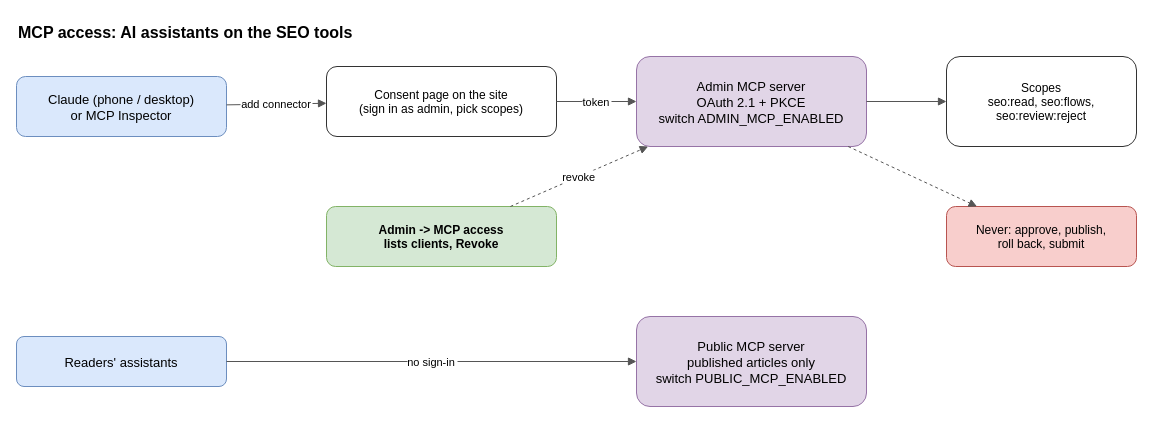
Above: docs/guide/diagrams/mcp-access.drawio in mrjithendar/moks-cms (draw.io), before the change. Source tidied: cells renumbered, new cells numbered last; positions are measured from the earlier drawing's top-left corner, leaving out a move shared by most shapes. Both pictures are drawn from the tidied source at 100%, with x=0, y=0 at pixel (16, 16).
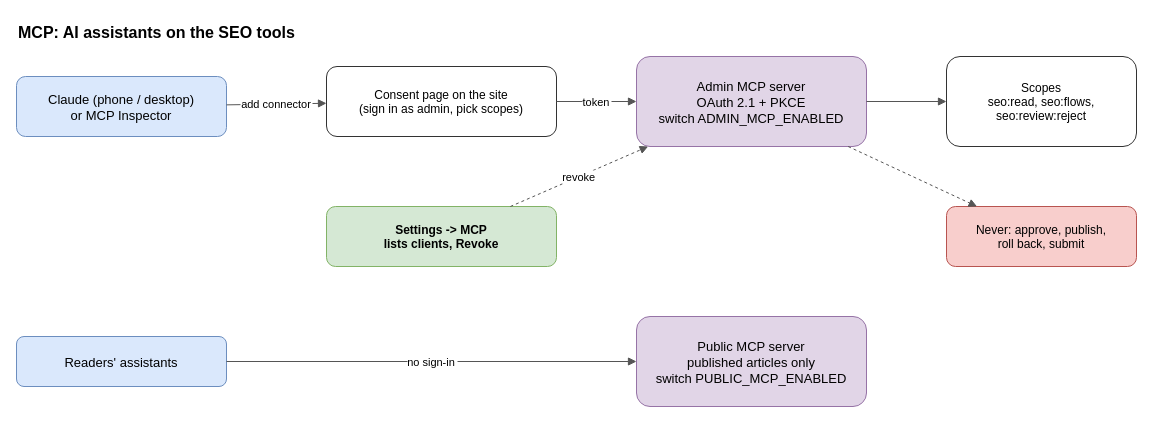
The same page after the edit.

The edit, as a diff of the source:
```diff
@@
 <mxGraphModel background="#ffffff">
   <root>
     <mxCell id="0" />
     <mxCell id="1" parent="0" />
-    <mxCell id="2" value="MCP access: AI assistants on the SEO tools" style="text;fontSize=16;fontStyle=1;align=left;" parent="1" vertex="1">
+    <mxCell id="2" value="MCP: AI assistants on the SEO tools" style="text;fontSize=16;fontStyle=1;align=left;" parent="1" vertex="1">
       <mxGeometry width="700" height="30" as="geometry" />
     </mxCell>
     <mxCell id="3" value="Claude (phone / desktop)&#10;or MCP Inspector" style="rounded=1;fillColor=#dae8fc;strokeColor=#6c8ebf;fontSize=13;" parent="1" vertex="1">
       <mxGeometry y="60" width="210" height="60" as="geometry" />
     </mxCell>
     <mxCell id="4" value="Consent page on the site&#10;(sign in as admin, pick scopes)" style="rounded=1;fillColor=#ffffff;strokeColor=#333333;fontSize=12;" parent="1" vertex="1">
       <mxGeometry x="310" y="50" width="230" height="70" as="geometry" />
     </mxCell>
     <mxCell id="5" value="Admin MCP server&#10;OAuth 2.1 + PKCE&#10;switch ADMIN_MCP_ENABLED" style="rounded=1;fillColor=#e1d5e7;strokeColor=#9673a6;fontSize=13;" parent="1" vertex="1">
       <mxGeometry x="620" y="40" width="230" height="90" as="geometry" />
     </mxCell>
     <mxCell id="6" value="Scopes&#10;seo:read, seo:flows,&#10;seo:review:reject" style="rounded=1;fillColor=#ffffff;strokeColor=#333333;fontSize=12;" parent="1" vertex="1">
       <mxGeometry x="930" y="40" width="190" height="90" as="geometry" />
     </mxCell>
     <mxCell id="7" value="Never: approve, publish,&#10;roll back, submit" style="rounded=1;fillColor=#f8cecc;strokeColor=#b85450;fontSize=12;" parent="1" vertex="1">
       <mxGeometry x="930" y="190" width="190" height="60" as="geometry" />
     </mxCell>
-    <mxCell id="8" value="Admin -&gt; MCP access&#10;lists clients, Revoke" style="rounded=1;fillColor=#d5e8d4;strokeColor=#82b366;fontSize=12;fontStyle=1;" parent="1" vertex="1">
+    <mxCell id="8" value="Settings -&gt; MCP&#10;lists clients, Revoke" style="rounded=1;fillColor=#d5e8d4;strokeColor=#82b366;fontSize=12;fontStyle=1;" parent="1" vertex="1">
       <mxGeometry x="310" y="190" width="230" height="60" as="geometry" />
     </mxCell>
     <mxCell id="9" value="Readers' assistants" style="rounded=1;fillColor=#dae8fc;strokeColor=#6c8ebf;fontSize=13;" parent="1" vertex="1">
       <mxGeometry y="320" width="210" height="50" as="geometry" />
     </mxCell>
     <mxCell id="10" value="Public MCP server&#10;published articles only&#10;switch PUBLIC_MCP_ENABLED" style="rounded=1;fillColor=#e1d5e7;strokeColor=#9673a6;fontSize=13;" parent="1" vertex="1">
       <mxGeometry x="620" y="300" width="230" height="90" as="geometry" />
     </mxCell>
     <mxCell id="11" value="add connector" style="edgeStyle=none;rounded=0;endArrow=block;endFill=1;strokeColor=#555555;fontSize=11;labelBackgroundColor=#ffffff;" parent="1" edge="1" source="3" target="4">
       <mxGeometry relative="1" as="geometry" />
     </mxCell>
     <mxCell id="12" value="token" style="edgeStyle=none;rounded=0;endArrow=block;endFill=1;strokeColor=#555555;fontSize=11;labelBackgroundColor=#ffffff;" parent="1" edge="1" source="4" target="5">
       <mxGeometry relative="1" as="geometry" />
     </mxCell>
     <mxCell id="13" style="edgeStyle=none;rounded=0;endArrow=block;endFill=1;strokeColor=#555555;fontSize=11;labelBackgroundColor=#ffffff;" parent="1" edge="1" source="5" target="6">
       <mxGeometry relative="1" as="geometry" />
     </mxCell>
     <mxCell id="14" style="edgeStyle=none;rounded=0;endArrow=block;endFill=1;strokeColor=#555555;fontSize=11;labelBackgroundColor=#ffffff;dashed=1;" parent="1" edge="1" source="5" target="7">
       <mxGeometry relative="1" as="geometry" />
     </mxCell>
     <mxCell id="15" value="no sign-in" style="edgeStyle=none;rounded=0;endArrow=block;endFill=1;strokeColor=#555555;fontSize=11;labelBackgroundColor=#ffffff;" parent="1" edge="1" source="9" target="10">
       <mxGeometry relative="1" as="geometry" />
     </mxCell>
     <mxCell id="16" value="revoke" style="edgeStyle=none;rounded=0;endArrow=block;endFill=1;strokeColor=#555555;fontSize=11;labelBackgroundColor=#ffffff;dashed=1;" parent="1" edge="1" source="8" target="5">
       <mxGeometry relative="1" as="geometry" />
     </mxCell>
   </root>
 </mxGraphModel>
```
